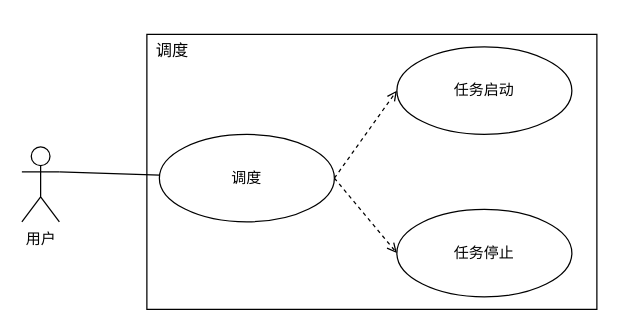
Earlier version of the draw.io diagram 调度用例图.drawio (tianshengdiwangK/common). Source tidied: cells renumbered, new cells numbered last; positions are measured from the earlier drawing's top-left corner, leaving out a move shared by most shapes. Both pictures are drawn from the tidied source at 125%, with x=0, y=0 at pixel (21, 21).
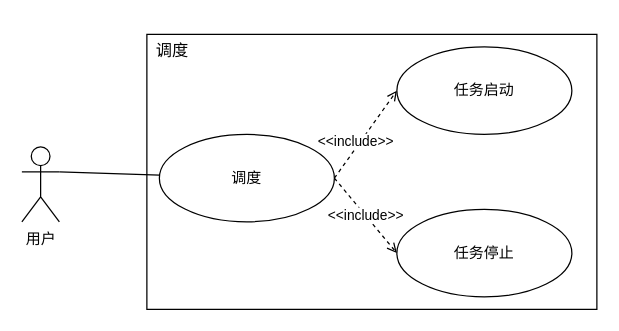
The same diagram, later.

Commit message:
更新调度用例图.drawio

What changed in the source:
```diff
@@
 <mxGraphModel>
   <root>
     <mxCell id="0" />
     <mxCell id="1" parent="0" />
     <mxCell id="2" style="rounded=0;whiteSpace=wrap;html=1;" parent="1" vertex="1">
       <mxGeometry x="100" y="10" width="360" height="220" as="geometry" />
     </mxCell>
     <mxCell id="3" value="用户" style="shape=umlActor;verticalLabelPosition=bottom;verticalAlign=top;html=1;outlineConnect=0;" parent="1" vertex="1">
       <mxGeometry y="100" width="30" height="60" as="geometry" />
     </mxCell>
     <mxCell id="4" value="&lt;span style=&quot;font-weight: normal;&quot;&gt;&lt;font style=&quot;font-size: 13px;&quot;&gt;调度&lt;/font&gt;&lt;/span&gt;" style="text;strokeColor=none;fillColor=none;html=1;fontSize=24;fontStyle=1;verticalAlign=middle;align=center;" parent="1" vertex="1">
       <mxGeometry x="70" width="100" height="40" as="geometry" />
     </mxCell>
     <mxCell id="5" style="rounded=0;jettySize=auto;html=1;entryX=0;entryY=0.5;entryDx=0;entryDy=0;dashed=1;endArrow=open;endFill=0;exitX=1;exitY=0.5;exitDx=0;exitDy=0;" parent="1" edge="1" source="7" target="8">
       <mxGeometry relative="1" as="geometry" />
     </mxCell>
+    <mxCell id="11" value="&amp;lt;&amp;lt;include&amp;gt;&amp;gt;" style="edgeLabel;html=1;align=center;verticalAlign=middle;" parent="5" vertex="1">
+      <mxGeometry x="-0.2" y="4" relative="1" as="geometry" />
+    </mxCell>
-    <mxCell id="6" style="rounded=0;jettySize=auto;html=1;entryX=0;entryY=0.5;entryDx=0;entryDy=0;exitX=1;exitY=0.5;exitDx=0;exitDy=0;dashed=1;endArrow=open;endFill=0;" parent="1" edge="1" source="7" target="9">
+    <mxCell id="6" value="&amp;lt;&amp;lt;include&amp;gt;&amp;gt;" style="rounded=0;jettySize=auto;html=1;entryX=0;entryY=0.5;entryDx=0;entryDy=0;exitX=1;exitY=0.5;exitDx=0;exitDy=0;dashed=1;endArrow=open;endFill=0;" parent="1" edge="1" source="7" target="9">
       <mxGeometry relative="1" as="geometry" />
     </mxCell>
     <mxCell id="7" value="调度" style="ellipse;whiteSpace=wrap;html=1;" parent="1" vertex="1">
       <mxGeometry x="110" y="90" width="140" height="70" as="geometry" />
     </mxCell>
     <mxCell id="8" value="任务启动" style="ellipse;whiteSpace=wrap;html=1;" parent="1" vertex="1">
       <mxGeometry x="300" y="20" width="140" height="70" as="geometry" />
     </mxCell>
     <mxCell id="9" value="任务停止" style="ellipse;whiteSpace=wrap;html=1;" parent="1" vertex="1">
       <mxGeometry x="300" y="150" width="140" height="70" as="geometry" />
     </mxCell>
     <mxCell id="10" style="rounded=0;jettySize=auto;html=1;endArrow=none;endFill=0;exitX=1;exitY=0.3333333333333333;exitDx=0;exitDy=0;exitPerimeter=0;" parent="1" edge="1" source="3" target="7">
       <mxGeometry relative="1" as="geometry" />
     </mxCell>
   </root>
 </mxGraphModel>
```
